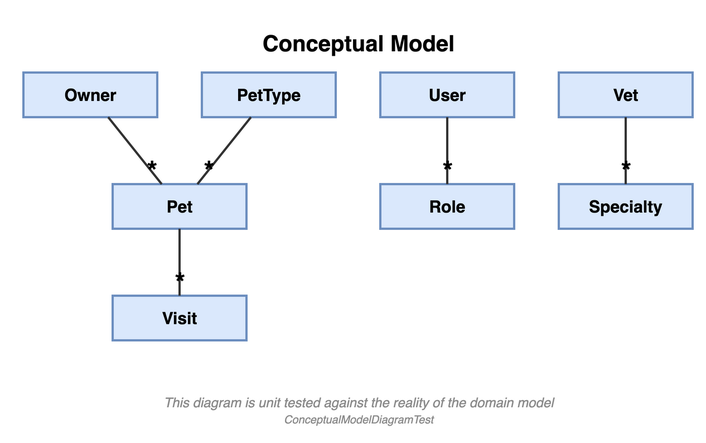
The draw.io diagram petclinic-backend/docs/ConceptualModel.drawio.png in mlopes95/petclinic, before a commit. Source tidied: cells renumbered, new cells last; positions are measured from the earlier drawing's top-left corner, leaving out a move shared by most shapes. Its diagram source:
```xml
<mxGraphModel>
  <root>
    <mxCell id="0" />
    <mxCell id="1" parent="0" />
    <mxCell id="2" value="Conceptual Model" style="text;html=1;fontSize=20;fontStyle=1;align=center;" parent="1" vertex="1">
      <mxGeometry x="110" width="380" height="30" as="geometry" />
    </mxCell>
    <mxCell id="3" value="Owner" style="rounded=0;whiteSpace=wrap;html=1;fillColor=#dae8fc;strokeColor=#6c8ebf;fontSize=15;fontStyle=1;strokeWidth=2;" parent="1" vertex="1">
      <mxGeometry y="45" width="120" height="40" as="geometry" />
    </mxCell>
    <mxCell id="4" value="PetType" style="rounded=0;whiteSpace=wrap;html=1;fillColor=#dae8fc;strokeColor=#6c8ebf;fontSize=15;fontStyle=1;strokeWidth=2;" parent="1" vertex="1">
      <mxGeometry x="160" y="45" width="120" height="40" as="geometry" />
    </mxCell>
    <mxCell id="5" value="User" style="rounded=0;whiteSpace=wrap;html=1;fillColor=#dae8fc;strokeColor=#6c8ebf;fontSize=15;fontStyle=1;strokeWidth=2;" parent="1" vertex="1">
      <mxGeometry x="320" y="45" width="120" height="40" as="geometry" />
    </mxCell>
    <mxCell id="6" value="Vet" style="rounded=0;whiteSpace=wrap;html=1;fillColor=#dae8fc;strokeColor=#6c8ebf;fontSize=15;fontStyle=1;strokeWidth=2;" parent="1" vertex="1">
      <mxGeometry x="480" y="45" width="120" height="40" as="geometry" />
    </mxCell>
    <mxCell id="7" value="Pet" style="rounded=0;whiteSpace=wrap;html=1;fillColor=#dae8fc;strokeColor=#6c8ebf;fontSize=15;fontStyle=1;strokeWidth=2;" parent="1" vertex="1">
      <mxGeometry x="80" y="145" width="120" height="40" as="geometry" />
    </mxCell>
    <mxCell id="8" value="Role" style="rounded=0;whiteSpace=wrap;html=1;fillColor=#dae8fc;strokeColor=#6c8ebf;fontSize=15;fontStyle=1;strokeWidth=2;" parent="1" vertex="1">
      <mxGeometry x="320" y="145" width="120" height="40" as="geometry" />
    </mxCell>
    <mxCell id="9" value="Specialty" style="rounded=0;whiteSpace=wrap;html=1;fillColor=#dae8fc;strokeColor=#6c8ebf;fontSize=15;fontStyle=1;strokeWidth=2;" parent="1" vertex="1">
      <mxGeometry x="480" y="145" width="120" height="40" as="geometry" />
    </mxCell>
    <mxCell id="10" value="Visit" style="rounded=0;whiteSpace=wrap;html=1;fillColor=#dae8fc;strokeColor=#6c8ebf;fontSize=15;fontStyle=1;strokeWidth=2;" parent="1" vertex="1">
      <mxGeometry x="80" y="245" width="120" height="40" as="geometry" />
    </mxCell>
    <mxCell id="11" style="endArrow=none;html=1;strokeColor=#333333;fontSize=12;strokeWidth=2;" parent="1" edge="1" source="3" target="7">
      <mxGeometry relative="1" as="geometry" />
    </mxCell>
    <mxCell id="12" value="*" style="edgeLabel;html=1;align=center;verticalAlign=middle;fontSize=24;fontStyle=1;labelBackgroundColor=none;" parent="11" vertex="1">
      <mxGeometry x="0.6" relative="1" as="geometry" />
    </mxCell>
    <mxCell id="13" style="endArrow=none;html=1;strokeColor=#333333;fontSize=12;strokeWidth=2;" parent="1" edge="1" source="4" target="7">
      <mxGeometry relative="1" as="geometry" />
    </mxCell>
    <mxCell id="14" value="*" style="edgeLabel;html=1;align=center;verticalAlign=middle;fontSize=24;fontStyle=1;labelBackgroundColor=none;" parent="13" vertex="1">
      <mxGeometry x="0.6" relative="1" as="geometry" />
    </mxCell>
    <mxCell id="15" style="endArrow=none;html=1;strokeColor=#333333;fontSize=12;strokeWidth=2;" parent="1" edge="1" source="7" target="10">
      <mxGeometry relative="1" as="geometry" />
    </mxCell>
    <mxCell id="16" value="*" style="edgeLabel;html=1;align=center;verticalAlign=middle;fontSize=24;fontStyle=1;labelBackgroundColor=none;" parent="15" vertex="1">
      <mxGeometry x="0.6" relative="1" as="geometry" />
    </mxCell>
    <mxCell id="17" style="endArrow=none;html=1;strokeColor=#333333;fontSize=12;strokeWidth=2;" parent="1" edge="1" source="5" target="8">
      <mxGeometry relative="1" as="geometry" />
    </mxCell>
    <mxCell id="18" value="*" style="edgeLabel;html=1;align=center;verticalAlign=middle;fontSize=24;fontStyle=1;labelBackgroundColor=none;" parent="17" vertex="1">
      <mxGeometry x="0.6" relative="1" as="geometry" />
    </mxCell>
    <mxCell id="19" style="endArrow=none;html=1;strokeColor=#333333;fontSize=12;strokeWidth=2;" parent="1" edge="1" source="6" target="9">
      <mxGeometry relative="1" as="geometry" />
    </mxCell>
    <mxCell id="20" value="*" style="edgeLabel;html=1;align=center;verticalAlign=middle;fontSize=24;fontStyle=1;labelBackgroundColor=none;" parent="19" vertex="1">
      <mxGeometry x="0.6" relative="1" as="geometry" />
    </mxCell>
    <mxCell id="21" value="This diagram is unit tested against the reality of the domain model&lt;br&gt;&lt;font style=&quot;font-size: 10px&quot;&gt;ConceptualModelDiagramTest&lt;/font&gt;" style="text;html=1;fontSize=12;fontStyle=2;align=center;verticalAlign=middle;fontColor=#8C8C8C;" parent="1" vertex="1">
      <mxGeometry y="330" width="600" height="36" as="geometry" />
    </mxCell>
  </root>
</mxGraphModel>
```
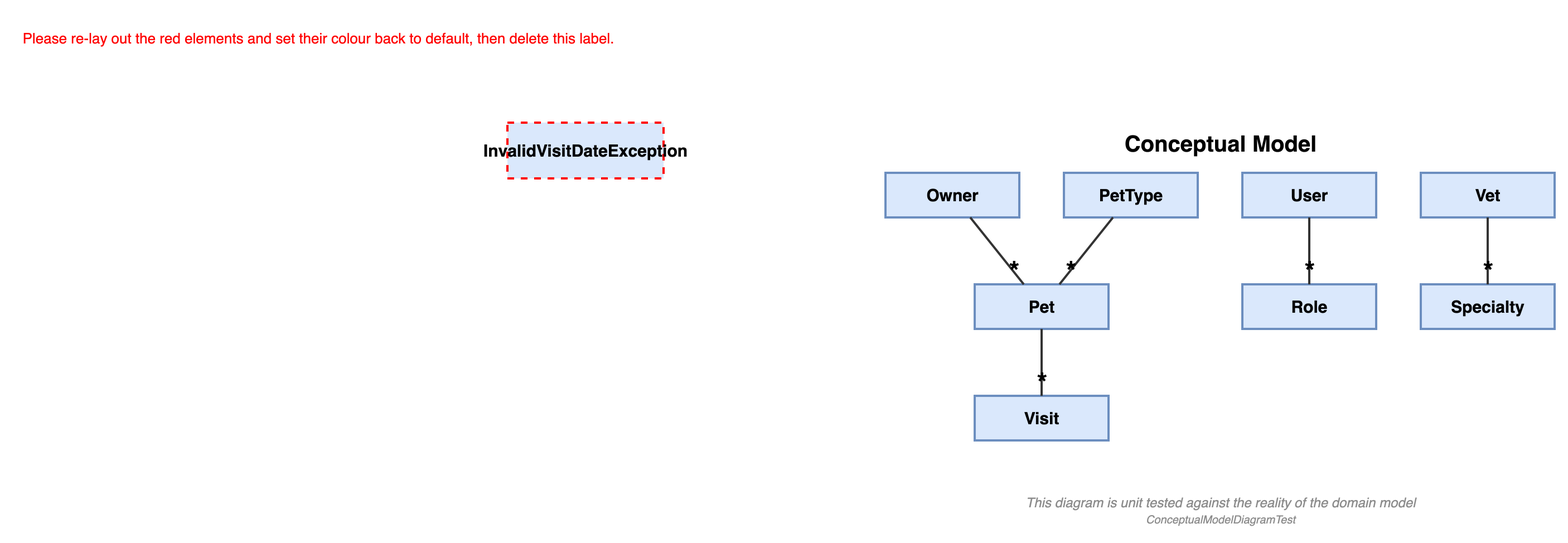
The same diagram one commit later.

The edit, as a diff of the source:
```diff
@@ -62,5 +62,11 @@
     <mxCell id="21" value="This diagram is unit tested against the reality of the domain model&lt;br&gt;&lt;font style=&quot;font-size: 10px&quot;&gt;ConceptualModelDiagramTest&lt;/font&gt;" style="text;html=1;fontSize=12;fontStyle=2;align=center;verticalAlign=middle;fontColor=#8C8C8C;" parent="1" vertex="1">
       <mxGeometry y="330" width="600" height="36" as="geometry" />
     </mxCell>
+    <mxCell id="22" value="InvalidVisitDateException" style="rounded=0;whiteSpace=wrap;html=1;fillColor=#dae8fc;strokeColor=#FF0000;strokeWidth=2;dashed=1;fontSize=15;fontStyle=1;" parent="1" vertex="1">
+      <mxGeometry x="-339" width="140" height="50" as="geometry" />
+    </mxCell>
+    <mxCell id="23" value="Please re-lay out the red elements and set their colour back to default, then delete this label." style="text;html=1;align=center;fontSize=13;fontColor=#FF0000;" parent="1" vertex="1">
+      <mxGeometry x="-639" y="-90" width="260" height="60" as="geometry" />
+    </mxCell>
   </root>
 </mxGraphModel>
```
